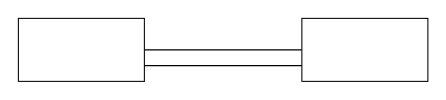
Before: site-a.drawio in dsinghx/terraform-aws, a draw.io diagram. Source tidied: cells renumbered, new cells numbered last; positions are measured from the earlier drawing's top-left corner, leaving out a move shared by most shapes. Both pictures are drawn from the tidied source at 105%, with x=0, y=0 at pixel (18, 18).
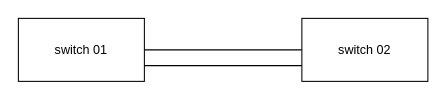
Above is the later version.

Diff of the diagram source:
```diff
@@
 <mxGraphModel>
   <root>
     <mxCell id="0" />
     <mxCell id="1" parent="0" />
     <mxCell id="2" style="edgeStyle=orthogonalEdgeStyle;rounded=0;jettySize=auto;html=1;exitX=1;exitY=0.5;exitDx=0;exitDy=0;endArrow=none;endFill=0;" parent="1" edge="1" source="3" target="4">
       <mxGeometry relative="1" as="geometry" />
     </mxCell>
-    <mxCell id="3" style="rounded=0;whiteSpace=wrap;html=1;" parent="1" vertex="1">
+    <mxCell id="3" value="switch 01" style="rounded=0;whiteSpace=wrap;html=1;" parent="1" vertex="1">
       <mxGeometry width="120" height="60" as="geometry" />
     </mxCell>
-    <mxCell id="4" style="rounded=0;whiteSpace=wrap;html=1;" parent="1" vertex="1">
+    <mxCell id="4" value="switch 02" style="rounded=0;whiteSpace=wrap;html=1;" parent="1" vertex="1">
       <mxGeometry x="270" width="120" height="60" as="geometry" />
     </mxCell>
     <mxCell id="5" style="edgeStyle=orthogonalEdgeStyle;rounded=0;jettySize=auto;html=1;exitX=1;exitY=0.75;exitDx=0;exitDy=0;entryX=0;entryY=0.75;entryDx=0;entryDy=0;endArrow=none;endFill=0;" parent="1" edge="1" source="3" target="4">
       <mxGeometry relative="1" as="geometry" />
     </mxCell>
   </root>
 </mxGraphModel>
```
